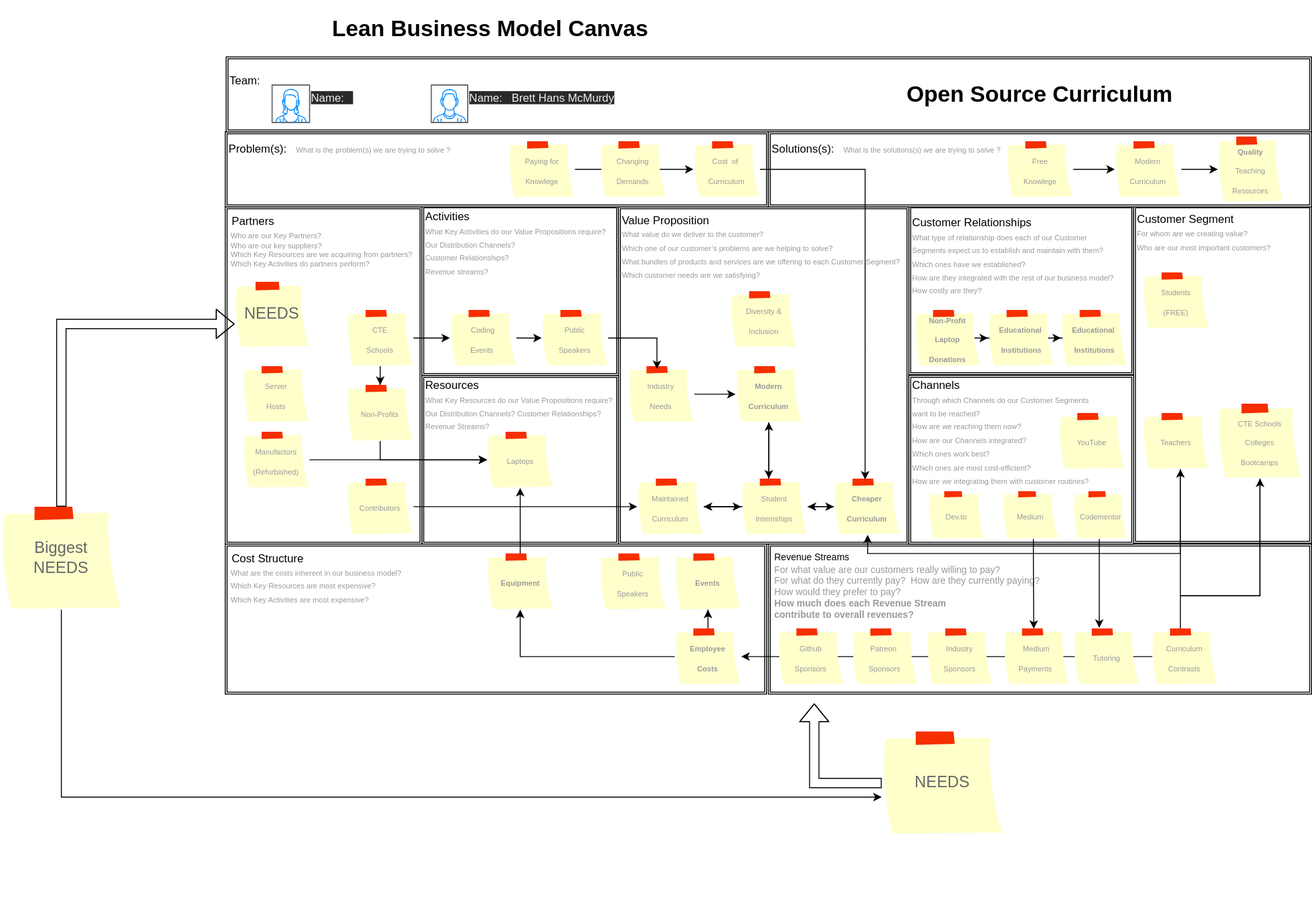
JavaScript-Open-Curriculum-Foundation/JS-OSC keeps this draw.io diagram as Business Plan/leanBusinessModelCanvas.drawio.svg. Above is the earlier version. Source tidied: cells renumbered, new cells last; positions are measured from the earlier drawing's top-left corner, leaving out a move shared by most shapes.
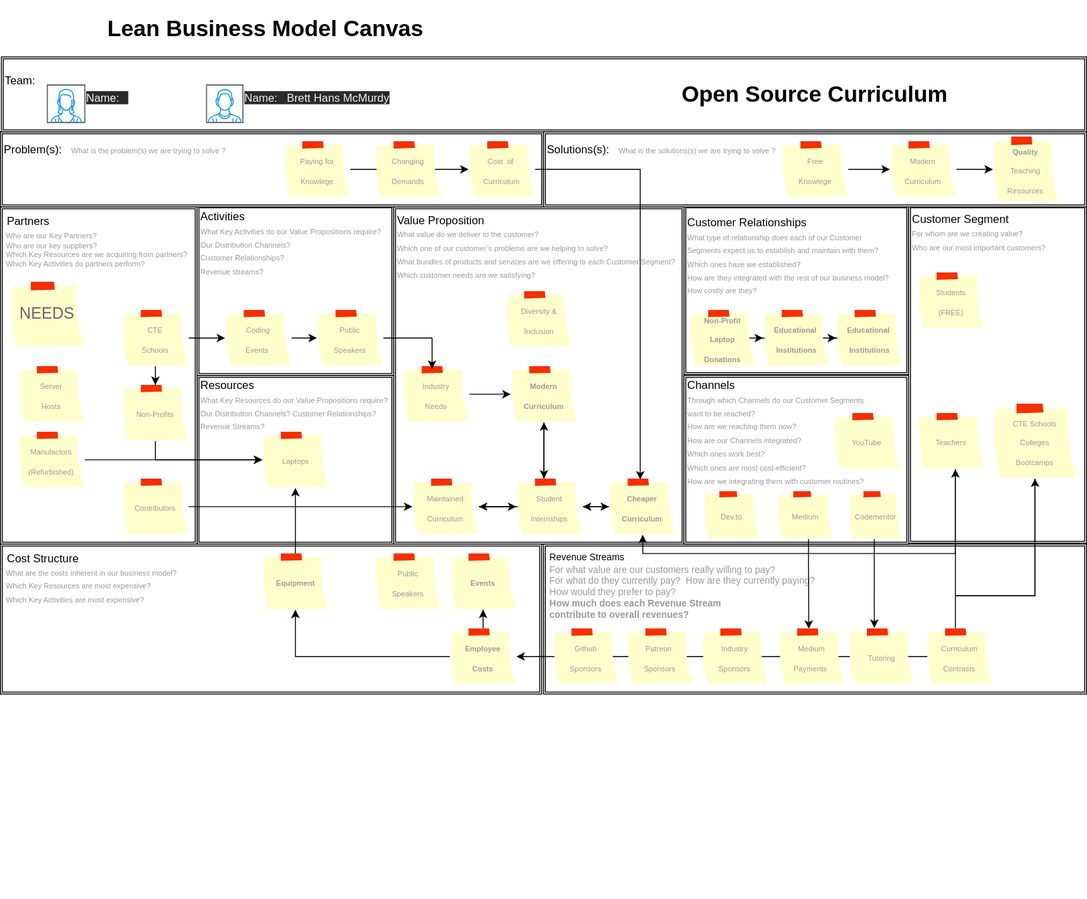
After the change.

What changed in the source:
```diff
@@ -236,31 +236,6 @@
     <mxCell id="68" value="&lt;span style=&quot;color: rgb(153 , 153 , 153) ; font-family: &amp;#34;arial&amp;#34; ; font-size: 8px ; text-align: left&quot;&gt;&lt;b&gt;Equipment&lt;/b&gt;&lt;br&gt;&lt;/span&gt;" style="strokeWidth=1;shadow=0;dashed=0;align=center;html=1;shape=mxgraph.mockup.text.stickyNote2;fontColor=#666666;mainText=;fontSize=17;whiteSpace=wrap;fillColor=#ffffcc;strokeColor=#F62E00;padding=0;margin=0;" parent="1" vertex="1">
       <mxGeometry x="519.5" y="590" width="71" height="60" as="geometry" />
     </mxCell>
-    <mxCell id="69" style="edgeStyle=orthogonalEdgeStyle;rounded=0;jettySize=auto;html=1;shape=flexArrow;" parent="1" edge="1" source="71" target="18">
-      <mxGeometry relative="1" as="geometry">
-        <Array as="points">
-          <mxPoint x="65" y="345" />
-        </Array>
-      </mxGeometry>
-    </mxCell>
-    <mxCell id="70" style="edgeStyle=orthogonalEdgeStyle;rounded=0;jettySize=auto;html=1;" parent="1" edge="1" source="71" target="73">
-      <mxGeometry relative="1" as="geometry">
-        <Array as="points">
-          <mxPoint x="65" y="850" />
-        </Array>
-      </mxGeometry>
-    </mxCell>
-    <mxCell id="71" value="Biggest&lt;br&gt;NEEDS" style="strokeWidth=1;shadow=0;dashed=0;align=center;html=1;shape=mxgraph.mockup.text.stickyNote2;fontColor=#666666;mainText=;fontSize=17;whiteSpace=wrap;fillColor=#ffffcc;strokeColor=#F62E00;" parent="1" vertex="1">
-      <mxGeometry y="540" width="130" height="110" as="geometry" />
-    </mxCell>
-    <mxCell id="72" style="edgeStyle=orthogonalEdgeStyle;rounded=0;jettySize=auto;html=1;shape=flexArrow;" parent="1" edge="1" source="73">
-      <mxGeometry relative="1" as="geometry">
-        <mxPoint x="869" y="750" as="targetPoint" />
-      </mxGeometry>
-    </mxCell>
-    <mxCell id="73" value="NEEDS" style="strokeWidth=1;shadow=0;dashed=0;align=center;html=1;shape=mxgraph.mockup.text.stickyNote2;fontColor=#666666;mainText=;fontSize=17;whiteSpace=wrap;fillColor=#ffffcc;strokeColor=#F62E00;" parent="1" vertex="1">
-      <mxGeometry x="941" y="780" width="130" height="110" as="geometry" />
-    </mxCell>
     <mxCell id="74" style="edgeStyle=orthogonalEdgeStyle;rounded=0;jettySize=auto;html=1;" parent="1" edge="1" source="75" target="54">
       <mxGeometry relative="1" as="geometry">
         <Array as="points">
```
